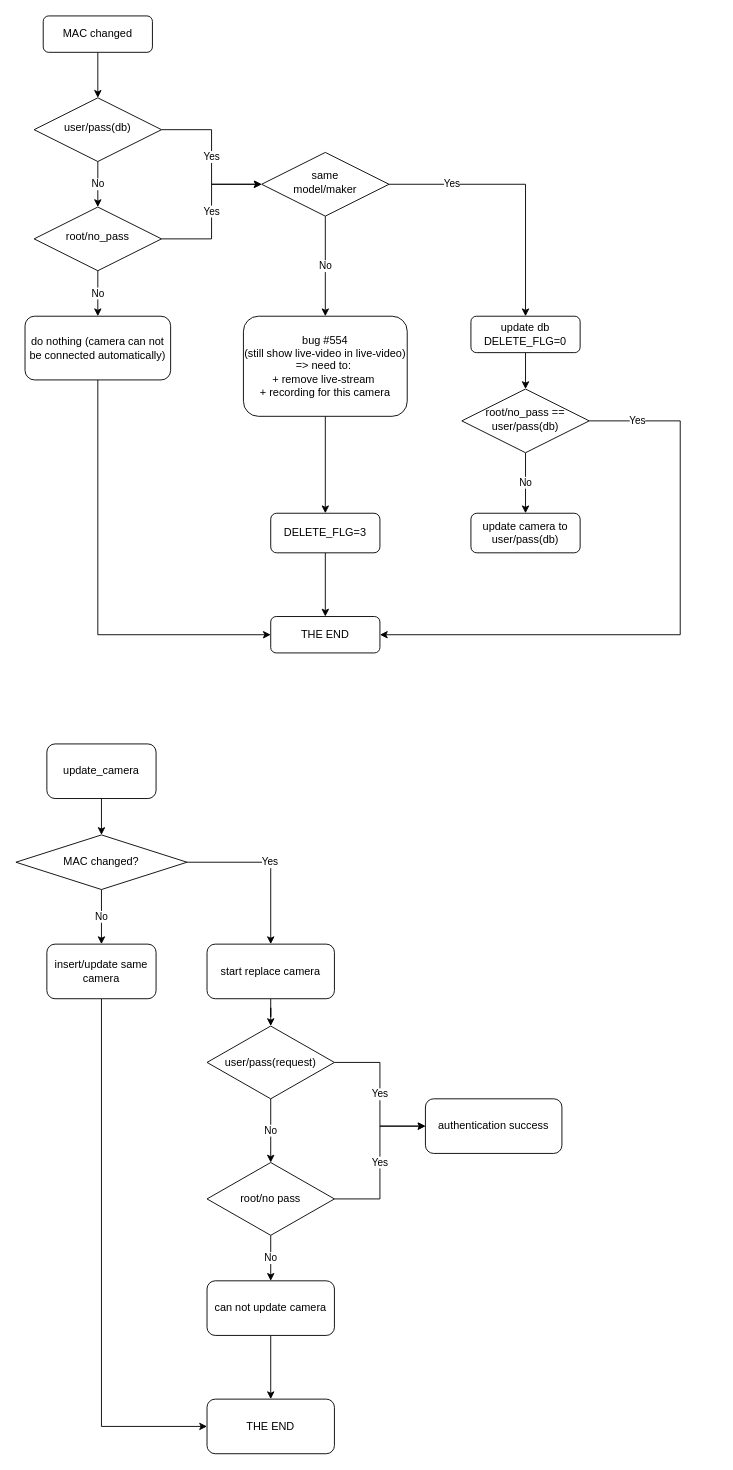
minh91a1/drawio keeps this draw.io diagram as change_camera.drawio. Above is the earlier version. Source tidied: cells renumbered, new cells numbered last; positions are measured from the earlier drawing's top-left corner, leaving out a move shared by most shapes. Both pictures are drawn from the tidied source at 91%, with x=0, y=0 at pixel (15, 15).
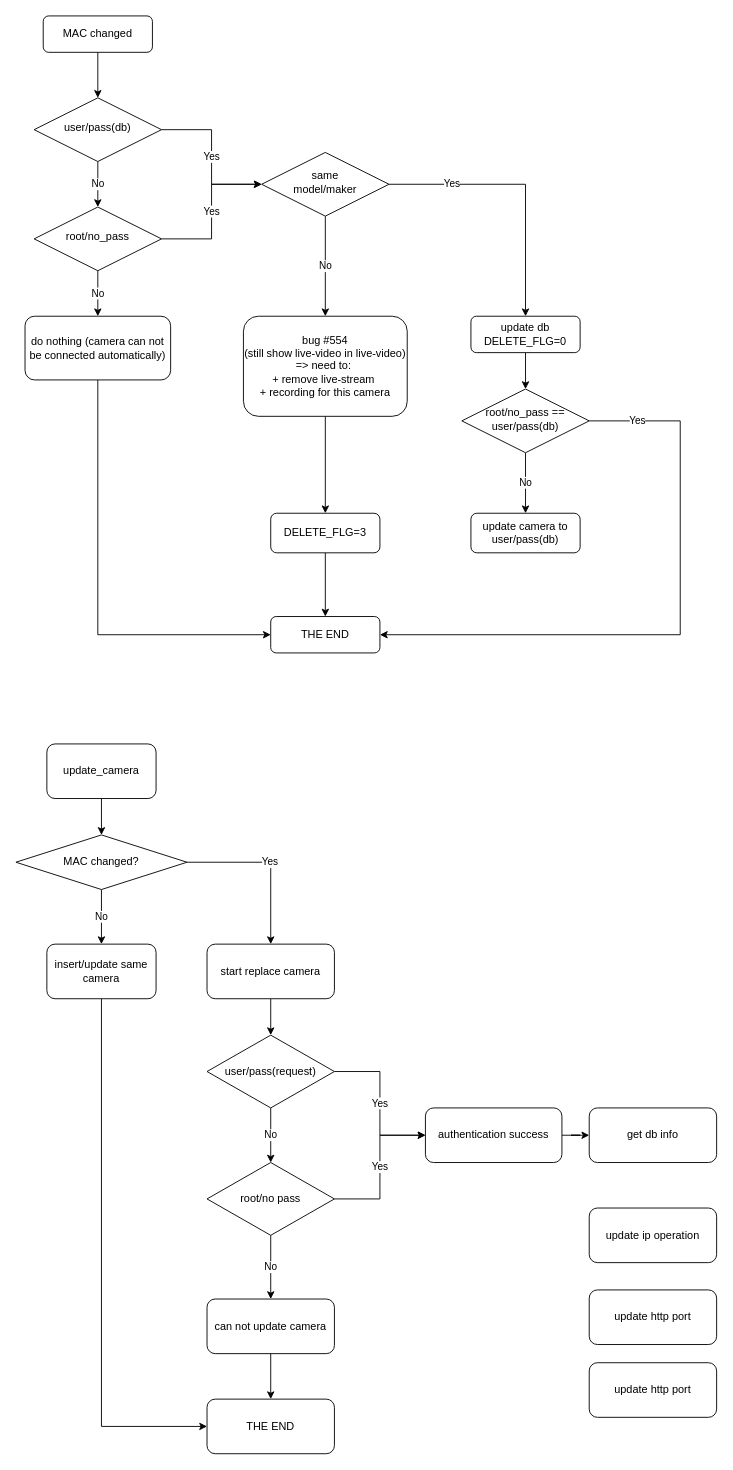
The same diagram, later.

Change to the diagram source:
```diff
@@
     <mxCell id="37" value="user/pass(request)" style="rhombus;whiteSpace=wrap;html=1;" parent="1" vertex="1">
-      <mxGeometry x="210" y="1110" width="140" height="80" as="geometry" />
+      <mxGeometry x="210" y="1120" width="140" height="80" as="geometry" />
     </mxCell>
@@
     <mxCell id="42" value="can not update camera" style="rounded=1;whiteSpace=wrap;html=1;" parent="1" vertex="1">
-      <mxGeometry x="210" y="1390" width="140" height="60" as="geometry" />
+      <mxGeometry x="210" y="1410" width="140" height="60" as="geometry" />
     </mxCell>
@@
+    <mxCell id="45" style="edgeStyle=orthogonalEdgeStyle;rounded=0;jettySize=auto;html=1;entryX=0;entryY=0.5;entryDx=0;entryDy=0;" parent="1" edge="1" source="44" target="46">
+      <mxGeometry relative="1" as="geometry" />
+    </mxCell>
     <mxCell id="44" value="authentication success" style="rounded=1;whiteSpace=wrap;html=1;" parent="1" vertex="1">
-      <mxGeometry x="450" y="1190" width="150" height="60" as="geometry" />
+      <mxGeometry x="450" y="1200" width="150" height="60" as="geometry" />
     </mxCell>
+    <mxCell id="46" value="get db info" style="rounded=1;whiteSpace=wrap;html=1;" parent="1" vertex="1">
+      <mxGeometry x="630" y="1200" width="140" height="60" as="geometry" />
+    </mxCell>
+    <mxCell id="47" value="update http port" style="rounded=1;whiteSpace=wrap;html=1;" parent="1" vertex="1">
+      <mxGeometry x="630" y="1400" width="140" height="60" as="geometry" />
+    </mxCell>
+    <mxCell id="48" value="update http port" style="rounded=1;whiteSpace=wrap;html=1;" parent="1" vertex="1">
+      <mxGeometry x="630" y="1480" width="140" height="60" as="geometry" />
+    </mxCell>
+    <mxCell id="49" value="update ip operation" style="rounded=1;whiteSpace=wrap;html=1;" parent="1" vertex="1">
+      <mxGeometry x="630" y="1310" width="140" height="60" as="geometry" />
+    </mxCell>
```
